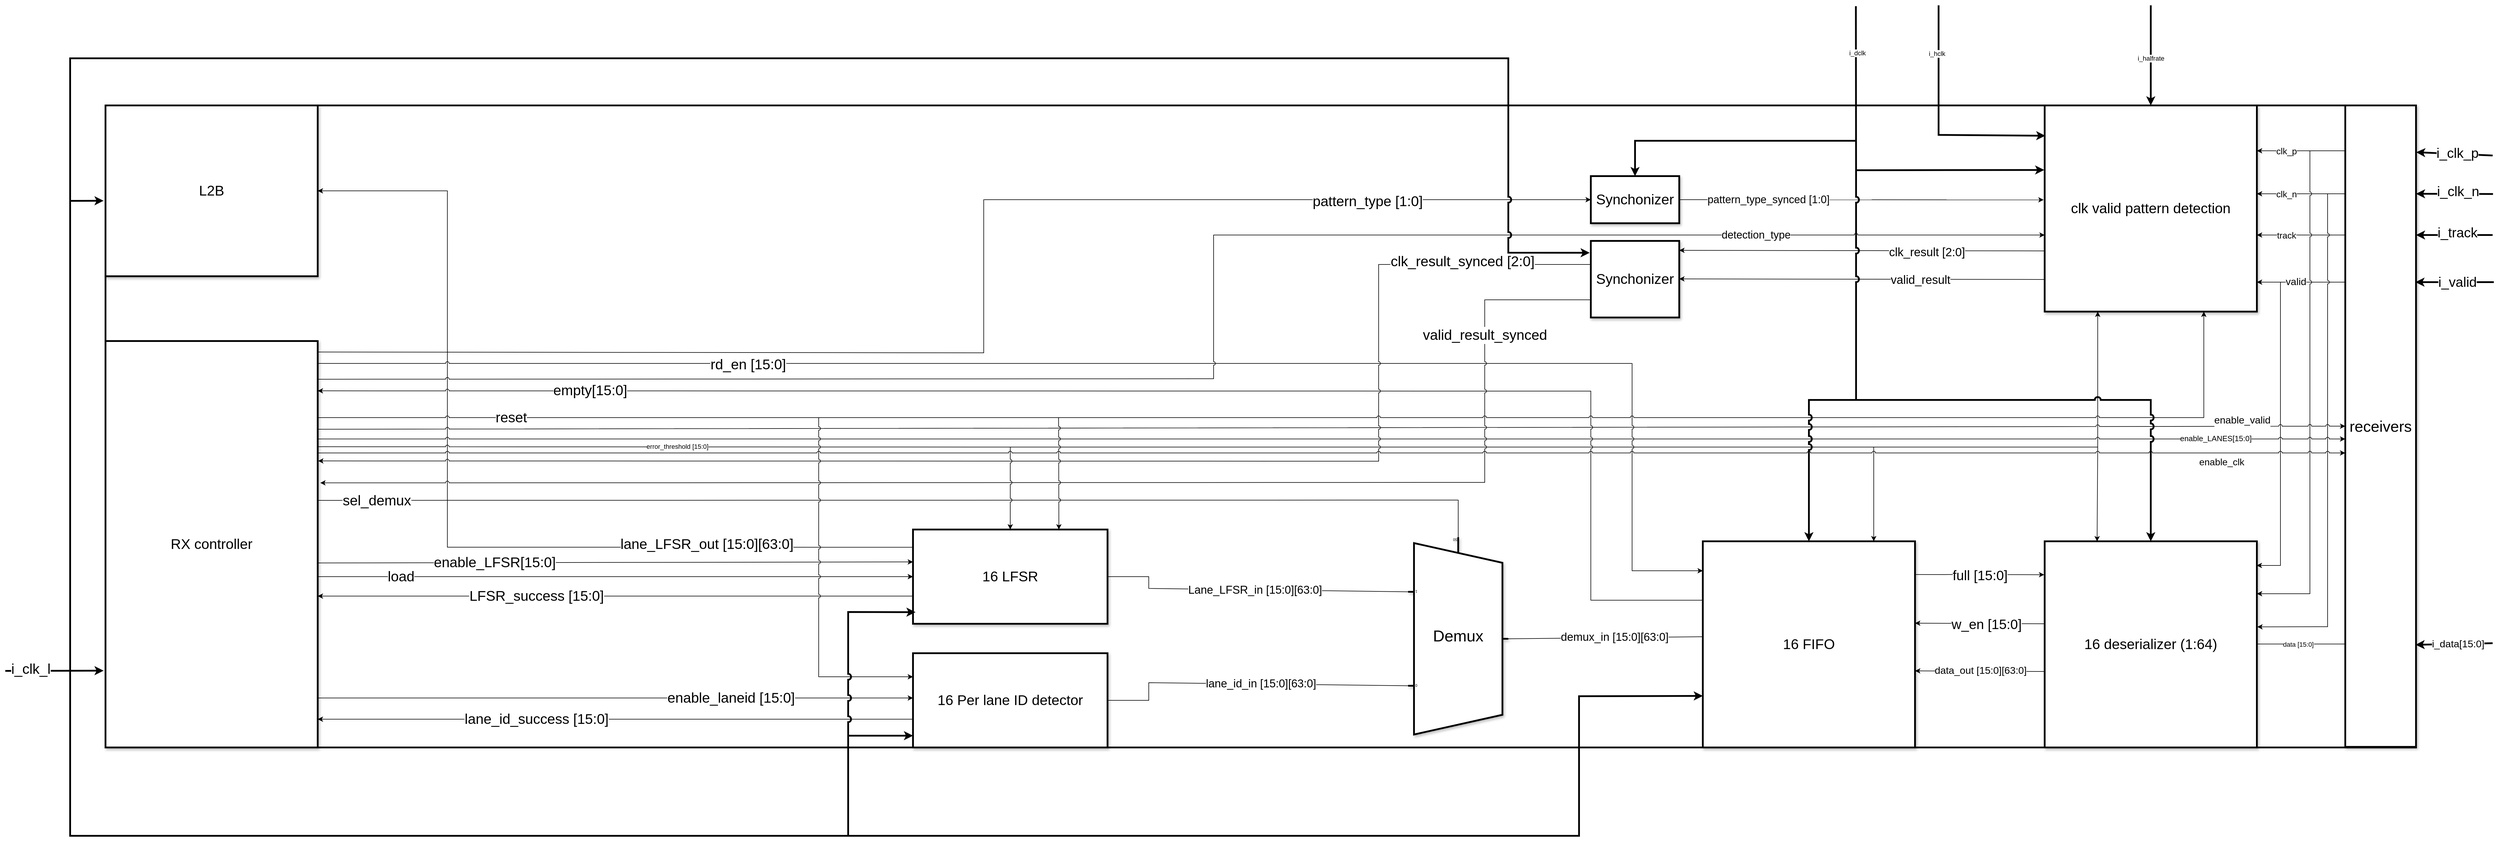
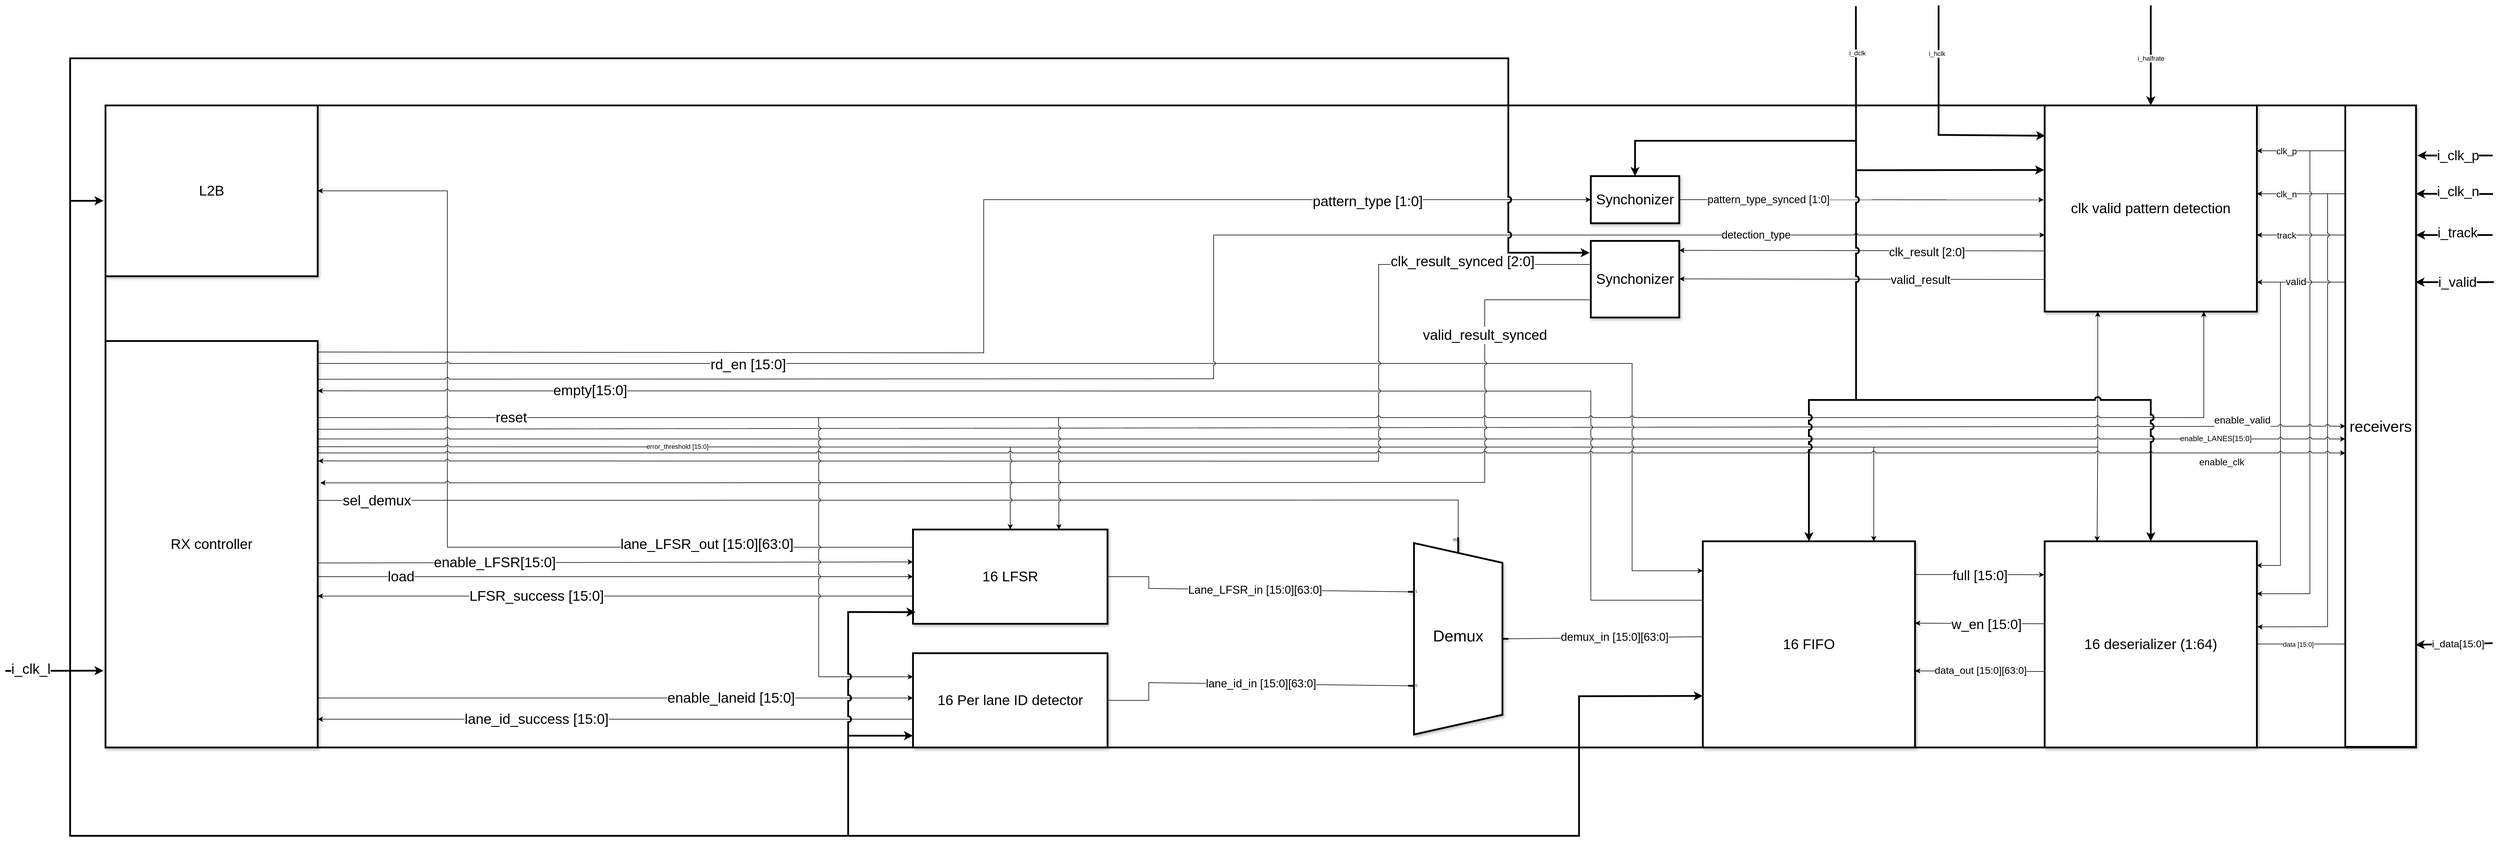
<mxfile host="65bd71144e">
    <diagram id="FaPvTgmFWtk525GHvMJ-" name="Page-1">
-         <mxGraphModel dx="5240" dy="3697" grid="1" gridSize="10" guides="1" tooltips="1" connect="1" arrows="1" fold="1" page="1" pageScale="1" pageWidth="850" pageHeight="1100" math="0" shadow="0">
+         <mxGraphModel dx="1976" dy="1302" grid="1" gridSize="10" guides="1" tooltips="1" connect="1" arrows="1" fold="1" page="1" pageScale="1" pageWidth="850" pageHeight="1100" math="0" shadow="0">
            <root>
                <mxCell id="0"/>
                <mxCell id="1" parent="0"/>
                <mxCell id="2" value="" style="rounded=0;whiteSpace=wrap;html=1;strokeWidth=3;" parent="1" vertex="1">
                    <mxGeometry x="-1500" width="3920" height="1090" as="geometry"/>
                </mxCell>
                <mxCell id="3" value="&lt;font style=&quot;font-size: 26px;&quot;&gt;receivers&lt;/font&gt;" style="rounded=0;whiteSpace=wrap;html=1;strokeWidth=3;shadow=1;" parent="1" vertex="1">
                    <mxGeometry x="2300" width="120" height="1089" as="geometry"/>
                </mxCell>
-                 <mxCell id="4" value="" style="endArrow=classic;html=1;strokeWidth=3;endFill=1;entryX=1.003;entryY=0.073;entryDx=0;entryDy=0;entryPerimeter=0;" parent="1" target="3" edge="1">
+                 <mxCell id="4" value="" style="endArrow=classic;html=1;strokeWidth=3;endFill=1;entryX=1.02;entryY=0.078;entryDx=0;entryDy=0;entryPerimeter=0;" parent="1" target="3" edge="1">
                    <mxGeometry width="50" height="50" relative="1" as="geometry">
                        <mxPoint x="2550" y="85" as="sourcePoint"/>
                        <mxPoint x="2010" y="400" as="targetPoint"/>
                    </mxGeometry>
                </mxCell>
                <mxCell id="5" value="&lt;font style=&quot;font-size: 23px;&quot;&gt;i_clk_p&lt;/font&gt;" style="edgeLabel;html=1;align=center;verticalAlign=middle;resizable=0;points=[];" parent="4" vertex="1" connectable="0">
                    <mxGeometry x="0.4869" y="-2" relative="1" as="geometry">
                        <mxPoint x="36" y="2" as="offset"/>
                    </mxGeometry>
                </mxCell>
                <mxCell id="6" value="" style="endArrow=classic;html=1;entryX=1.001;entryY=0.073;entryDx=0;entryDy=0;entryPerimeter=0;strokeWidth=3;" parent="1" edge="1">
                    <mxGeometry width="50" height="50" relative="1" as="geometry">
                        <mxPoint x="2550.64" y="150.43" as="sourcePoint"/>
                        <mxPoint x="2420" y="150" as="targetPoint"/>
                    </mxGeometry>
                </mxCell>
                <mxCell id="7" value="&lt;font style=&quot;font-size: 23px;&quot;&gt;i_clk_n&lt;/font&gt;" style="edgeLabel;html=1;align=center;verticalAlign=middle;resizable=0;points=[];" parent="6" vertex="1" connectable="0">
                    <mxGeometry x="0.4869" y="-2" relative="1" as="geometry">
                        <mxPoint x="37" y="-2" as="offset"/>
                    </mxGeometry>
                </mxCell>
                <mxCell id="8" value="" style="endArrow=classic;html=1;exitX=1.003;exitY=0.073;exitDx=0;exitDy=0;exitPerimeter=0;strokeWidth=3;" parent="1" edge="1">
                    <mxGeometry width="50" height="50" relative="1" as="geometry">
                        <mxPoint x="2550" y="220" as="sourcePoint"/>
                        <mxPoint x="2420" y="220" as="targetPoint"/>
                    </mxGeometry>
                </mxCell>
                <mxCell id="9" value="&lt;font style=&quot;font-size: 23px;&quot;&gt;i_track&lt;/font&gt;" style="edgeLabel;html=1;align=center;verticalAlign=middle;resizable=0;points=[];" parent="8" vertex="1" connectable="0">
                    <mxGeometry x="0.4869" y="-2" relative="1" as="geometry">
                        <mxPoint x="36" y="-2" as="offset"/>
                    </mxGeometry>
                </mxCell>
                <mxCell id="10" value="" style="endArrow=classic;html=1;entryX=1.001;entryY=0.073;entryDx=0;entryDy=0;entryPerimeter=0;exitX=0.994;exitY=0.852;exitDx=0;exitDy=0;exitPerimeter=0;strokeWidth=3;" parent="1" edge="1">
                    <mxGeometry width="50" height="50" relative="1" as="geometry">
                        <mxPoint x="2550" y="913" as="sourcePoint"/>
                        <mxPoint x="2419.2799999999997" y="915.6800000000003" as="targetPoint"/>
                    </mxGeometry>
                </mxCell>
                <mxCell id="11" value="&lt;font style=&quot;font-size: 17px;&quot;&gt;i_data[15:0]&lt;/font&gt;" style="edgeLabel;html=1;align=center;verticalAlign=middle;resizable=0;points=[];" parent="10" vertex="1" connectable="0">
                    <mxGeometry x="0.4869" y="-2" relative="1" as="geometry">
                        <mxPoint x="38" y="2" as="offset"/>
                    </mxGeometry>
                </mxCell>
                <mxCell id="12" value="&lt;font style=&quot;font-size: 24px;&quot;&gt;clk valid pattern detection&lt;/font&gt;" style="rounded=0;whiteSpace=wrap;html=1;strokeWidth=3;fillColor=#FFFFFF;shadow=1;" parent="1" vertex="1">
                    <mxGeometry x="1790" width="360" height="350" as="geometry"/>
                </mxCell>
                <mxCell id="13" value="" style="endArrow=classic;html=1;entryX=1.001;entryY=0.073;entryDx=0;entryDy=0;entryPerimeter=0;exitX=1.003;exitY=0.073;exitDx=0;exitDy=0;exitPerimeter=0;strokeWidth=3;" parent="1" edge="1">
                    <mxGeometry width="50" height="50" relative="1" as="geometry">
                        <mxPoint x="2552" y="300" as="sourcePoint"/>
                        <mxPoint x="2419" y="300" as="targetPoint"/>
                    </mxGeometry>
                </mxCell>
                <mxCell id="14" value="&lt;font style=&quot;font-size: 23px;&quot;&gt;i_valid&lt;/font&gt;" style="edgeLabel;html=1;align=center;verticalAlign=middle;resizable=0;points=[];" parent="13" vertex="1" connectable="0">
                    <mxGeometry x="0.4869" y="-2" relative="1" as="geometry">
                        <mxPoint x="37" y="2" as="offset"/>
                    </mxGeometry>
                </mxCell>
                <mxCell id="15" value="" style="endArrow=classic;html=1;entryX=1;entryY=1;entryDx=0;entryDy=0;exitX=0;exitY=1;exitDx=0;exitDy=0;rounded=0;strokeColor=default;strokeWidth=1;align=center;verticalAlign=middle;fontFamily=Helvetica;fontSize=11;fontColor=default;labelBackgroundColor=default;curved=0;" parent="1" edge="1">
                    <mxGeometry width="50" height="50" relative="1" as="geometry">
                        <mxPoint x="2300" y="77" as="sourcePoint"/>
                        <mxPoint x="2150" y="77" as="targetPoint"/>
                    </mxGeometry>
                </mxCell>
                <mxCell id="16" value="&lt;font style=&quot;font-size: 15px;&quot;&gt;clk_p&lt;/font&gt;" style="edgeLabel;html=1;align=center;verticalAlign=middle;resizable=0;points=[];rounded=0;strokeColor=default;strokeWidth=3;fontFamily=Helvetica;fontSize=11;fontColor=default;labelBackgroundColor=default;" parent="15" vertex="1" connectable="0">
                    <mxGeometry x="-0.4867" relative="1" as="geometry">
                        <mxPoint x="-62" as="offset"/>
                    </mxGeometry>
                </mxCell>
                <mxCell id="17" value="" style="endArrow=classic;html=1;entryX=1;entryY=1;entryDx=0;entryDy=0;exitX=0;exitY=1;exitDx=0;exitDy=0;rounded=0;strokeColor=default;strokeWidth=1;align=center;verticalAlign=middle;fontFamily=Helvetica;fontSize=11;fontColor=default;labelBackgroundColor=default;curved=0;" parent="1" edge="1">
                    <mxGeometry width="50" height="50" relative="1" as="geometry">
                        <mxPoint x="2300" y="150" as="sourcePoint"/>
                        <mxPoint x="2150" y="150" as="targetPoint"/>
                    </mxGeometry>
                </mxCell>
                <mxCell id="18" value="&lt;font style=&quot;font-size: 15px;&quot;&gt;clk_n&lt;/font&gt;" style="edgeLabel;html=1;align=center;verticalAlign=middle;resizable=0;points=[];rounded=0;strokeColor=default;strokeWidth=3;fontFamily=Helvetica;fontSize=11;fontColor=default;labelBackgroundColor=default;" parent="17" vertex="1" connectable="0">
                    <mxGeometry x="-0.4867" relative="1" as="geometry">
                        <mxPoint x="-62" as="offset"/>
                    </mxGeometry>
                </mxCell>
                <mxCell id="19" value="" style="endArrow=classic;html=1;entryX=1;entryY=1;entryDx=0;entryDy=0;exitX=0;exitY=1;exitDx=0;exitDy=0;rounded=0;strokeColor=default;strokeWidth=1;align=center;verticalAlign=middle;fontFamily=Helvetica;fontSize=11;fontColor=default;labelBackgroundColor=default;curved=0;" parent="1" edge="1">
                    <mxGeometry width="50" height="50" relative="1" as="geometry">
                        <mxPoint x="2300" y="220" as="sourcePoint"/>
                        <mxPoint x="2150" y="220" as="targetPoint"/>
                    </mxGeometry>
                </mxCell>
                <mxCell id="20" value="&lt;font style=&quot;font-size: 15px;&quot;&gt;track&lt;/font&gt;" style="edgeLabel;html=1;align=center;verticalAlign=middle;resizable=0;points=[];rounded=0;strokeColor=default;strokeWidth=3;fontFamily=Helvetica;fontSize=11;fontColor=default;labelBackgroundColor=default;" parent="19" vertex="1" connectable="0">
                    <mxGeometry x="-0.4867" relative="1" as="geometry">
                        <mxPoint x="-62" as="offset"/>
                    </mxGeometry>
                </mxCell>
                <mxCell id="21" value="" style="endArrow=classic;html=1;entryX=1;entryY=1;entryDx=0;entryDy=0;exitX=0;exitY=1;exitDx=0;exitDy=0;rounded=0;strokeColor=default;strokeWidth=1;align=center;verticalAlign=middle;fontFamily=Helvetica;fontSize=11;fontColor=default;labelBackgroundColor=default;curved=0;" parent="1" edge="1">
                    <mxGeometry width="50" height="50" relative="1" as="geometry">
                        <mxPoint x="2300" y="300" as="sourcePoint"/>
                        <mxPoint x="2150" y="300" as="targetPoint"/>
                    </mxGeometry>
                </mxCell>
                <mxCell id="22" value="&lt;font style=&quot;font-size: 17px;&quot;&gt;valid&lt;/font&gt;" style="edgeLabel;html=1;align=center;verticalAlign=middle;resizable=0;points=[];rounded=0;strokeColor=default;strokeWidth=3;fontFamily=Helvetica;fontSize=11;fontColor=default;labelBackgroundColor=default;" parent="21" vertex="1" connectable="0">
                    <mxGeometry x="-0.4867" relative="1" as="geometry">
                        <mxPoint x="-46" as="offset"/>
                    </mxGeometry>
                </mxCell>
                <mxCell id="23" value="&lt;font style=&quot;font-size: 24px;&quot;&gt;16 deserializer (1:64)&lt;/font&gt;" style="rounded=0;whiteSpace=wrap;html=1;strokeWidth=3;fillColor=#FFFFFF;shadow=1;" parent="1" vertex="1">
                    <mxGeometry x="1790" y="740" width="360" height="350" as="geometry"/>
                </mxCell>
                <mxCell id="24" value="" style="endArrow=none;html=1;entryX=1;entryY=1;entryDx=0;entryDy=0;exitX=0;exitY=1;exitDx=0;exitDy=0;" parent="1" edge="1">
                    <mxGeometry width="50" height="50" relative="1" as="geometry">
                        <mxPoint x="2150" y="914.41" as="sourcePoint"/>
                        <mxPoint x="2300" y="914.41" as="targetPoint"/>
                    </mxGeometry>
                </mxCell>
                <mxCell id="25" value="data [15:0]" style="edgeLabel;html=1;align=center;verticalAlign=middle;resizable=0;points=[];" parent="24" vertex="1" connectable="0">
                    <mxGeometry x="-0.4867" relative="1" as="geometry">
                        <mxPoint x="31" as="offset"/>
                    </mxGeometry>
                </mxCell>
                <mxCell id="27" value="&lt;font style=&quot;font-size: 24px;&quot;&gt;16 LFSR&lt;/font&gt;" style="rounded=0;whiteSpace=wrap;html=1;strokeWidth=3;fillColor=#FFFFFF;shadow=1;" parent="1" vertex="1">
                    <mxGeometry x="-130" y="720" width="330" height="160" as="geometry"/>
                </mxCell>
                <mxCell id="28" value="&lt;font style=&quot;font-size: 24px;&quot;&gt;16 Per lane ID detector&lt;/font&gt;" style="rounded=0;whiteSpace=wrap;html=1;strokeWidth=3;fillColor=#FFFFFF;shadow=1;" parent="1" vertex="1">
                    <mxGeometry x="-130" y="930" width="330" height="160" as="geometry"/>
                </mxCell>
                <mxCell id="29" value="&lt;font style=&quot;font-size: 24px;&quot;&gt;L2B&lt;/font&gt;" style="rounded=0;whiteSpace=wrap;html=1;strokeWidth=3;fillColor=#FFFFFF;shadow=1;" parent="1" vertex="1">
                    <mxGeometry x="-1500" width="360" height="290" as="geometry"/>
                </mxCell>
                <mxCell id="30" value="&lt;font style=&quot;font-size: 24px;&quot;&gt;RX controller&lt;/font&gt;" style="rounded=0;whiteSpace=wrap;html=1;strokeWidth=3;fillColor=#FFFFFF;shadow=1;" parent="1" vertex="1">
                    <mxGeometry x="-1500" y="400" width="360" height="690" as="geometry"/>
                </mxCell>
                <mxCell id="31" value="&lt;font style=&quot;font-size: 24px;&quot;&gt;16 FIFO&lt;/font&gt;" style="rounded=0;whiteSpace=wrap;html=1;strokeWidth=3;fillColor=#FFFFFF;shadow=1;" parent="1" vertex="1">
                    <mxGeometry x="1210" y="740" width="360" height="350" as="geometry"/>
                </mxCell>
                <mxCell id="32" value="&lt;font style=&quot;font-size: 24px;&quot;&gt;Synchonizer&lt;/font&gt;" style="rounded=0;whiteSpace=wrap;html=1;strokeWidth=3;fillColor=#FFFFFF;shadow=1;" parent="1" vertex="1">
                    <mxGeometry x="1020" y="120" width="150" height="80" as="geometry"/>
                </mxCell>
                <mxCell id="34" value="&lt;font style=&quot;font-size: 24px;&quot;&gt;Synchonizer&lt;/font&gt;" style="rounded=0;whiteSpace=wrap;html=1;strokeWidth=3;fillColor=#FFFFFF;shadow=1;" parent="1" vertex="1">
                    <mxGeometry x="1020" y="230" width="150" height="130" as="geometry"/>
                </mxCell>
                <mxCell id="35" value="&lt;font style=&quot;font-size: 27px;&quot;&gt;Demux&lt;/font&gt;" style="shadow=1;dashed=0;align=center;html=1;strokeWidth=3;shape=mxgraph.electrical.abstract.mux2;operation=demux;whiteSpace=wrap;flipH=1;flipV=1;" parent="1" vertex="1">
                    <mxGeometry x="710" y="733" width="170" height="335" as="geometry"/>
                </mxCell>
                <mxCell id="37" value="" style="endArrow=classic;html=1;entryX=0;entryY=1;entryDx=0;entryDy=0;" parent="1" edge="1">
                    <mxGeometry width="50" height="50" relative="1" as="geometry">
                        <mxPoint x="1790" y="247" as="sourcePoint"/>
                        <mxPoint x="1170" y="246" as="targetPoint"/>
                    </mxGeometry>
                </mxCell>
                <mxCell id="40" value="&lt;font style=&quot;font-size: 20px;&quot;&gt;clk_result [2:0]&lt;/font&gt;" style="edgeLabel;html=1;align=center;verticalAlign=middle;resizable=0;points=[];" parent="37" vertex="1" connectable="0">
                    <mxGeometry x="-0.2189" y="1" relative="1" as="geometry">
                        <mxPoint x="42" as="offset"/>
                    </mxGeometry>
                </mxCell>
                <mxCell id="39" value="" style="endArrow=classic;html=1;entryX=0;entryY=1;entryDx=0;entryDy=0;" parent="1" edge="1">
                    <mxGeometry width="50" height="50" relative="1" as="geometry">
                        <mxPoint x="1790" y="295.5" as="sourcePoint"/>
                        <mxPoint x="1170" y="294.5" as="targetPoint"/>
                    </mxGeometry>
                </mxCell>
                <mxCell id="41" value="&lt;font style=&quot;font-size: 20px;&quot;&gt;valid_result&lt;/font&gt;" style="edgeLabel;html=1;align=center;verticalAlign=middle;resizable=0;points=[];" parent="39" vertex="1" connectable="0">
                    <mxGeometry x="-0.2097" y="1" relative="1" as="geometry">
                        <mxPoint x="34" y="-1" as="offset"/>
                    </mxGeometry>
                </mxCell>
                <mxCell id="42" value="" style="endArrow=classic;html=1;entryX=0.003;entryY=0.147;entryDx=0;entryDy=0;entryPerimeter=0;exitX=0;exitY=0;exitDx=0;exitDy=0;rounded=0;curved=0;strokeWidth=3;" parent="1" target="12" edge="1">
                    <mxGeometry width="50" height="50" relative="1" as="geometry">
                        <mxPoint x="1610" y="-170" as="sourcePoint"/>
                        <mxPoint x="1710" y="160" as="targetPoint"/>
                        <Array as="points">
                            <mxPoint x="1610" y="50"/>
                        </Array>
                    </mxGeometry>
                </mxCell>
                <mxCell id="44" value="i_hclk" style="edgeLabel;html=1;align=center;verticalAlign=middle;resizable=0;points=[];" parent="42" vertex="1" connectable="0">
                    <mxGeometry x="-0.5939" y="-3" relative="1" as="geometry">
                        <mxPoint as="offset"/>
                    </mxGeometry>
                </mxCell>
                <mxCell id="45" value="" style="endArrow=classic;html=1;entryX=-0.002;entryY=0.313;entryDx=0;entryDy=0;entryPerimeter=0;exitX=0.747;exitY=0.001;exitDx=0;exitDy=0;exitPerimeter=0;rounded=0;strokeColor=default;strokeWidth=3;align=center;verticalAlign=middle;fontFamily=Helvetica;fontSize=11;fontColor=default;labelBackgroundColor=default;curved=0;" parent="1" target="12" edge="1">
                    <mxGeometry width="50" height="50" relative="1" as="geometry">
                        <mxPoint x="1469.6899999999996" y="-168.55000000000018" as="sourcePoint"/>
                        <mxPoint x="1789.9999999999998" y="108.09999999999991" as="targetPoint"/>
                        <Array as="points">
                            <mxPoint x="1470" y="110"/>
                        </Array>
                    </mxGeometry>
                </mxCell>
                <mxCell id="46" value="i_dclk" style="edgeLabel;html=1;align=center;verticalAlign=middle;resizable=0;points=[];" parent="45" vertex="1" connectable="0">
                    <mxGeometry x="-0.7349" y="2" relative="1" as="geometry">
                        <mxPoint as="offset"/>
                    </mxGeometry>
                </mxCell>
                <mxCell id="48" value="" style="endArrow=classic;html=1;entryX=-0.005;entryY=0.458;entryDx=0;entryDy=0;entryPerimeter=0;exitX=1;exitY=0.5;exitDx=0;exitDy=0;" parent="1" source="32" target="12" edge="1">
                    <mxGeometry width="50" height="50" relative="1" as="geometry">
                        <mxPoint x="1290" y="200" as="sourcePoint"/>
                        <mxPoint x="1340" y="150" as="targetPoint"/>
                    </mxGeometry>
                </mxCell>
                <mxCell id="50" value="&lt;font style=&quot;font-size: 18px;&quot;&gt;pattern_type_synced [1:0]&lt;/font&gt;" style="edgeLabel;html=1;align=center;verticalAlign=middle;resizable=0;points=[];" parent="48" vertex="1" connectable="0">
                    <mxGeometry x="-0.6031" y="1" relative="1" as="geometry">
                        <mxPoint x="28" y="1" as="offset"/>
                    </mxGeometry>
                </mxCell>
                <mxCell id="51" value="" style="endArrow=classic;html=1;entryX=0.5;entryY=0;entryDx=0;entryDy=0;rounded=0;strokeColor=default;strokeWidth=3;align=center;verticalAlign=middle;fontFamily=Helvetica;fontSize=11;fontColor=default;labelBackgroundColor=default;curved=0;" parent="1" target="32" edge="1">
                    <mxGeometry width="50" height="50" relative="1" as="geometry">
                        <mxPoint x="1470" y="60" as="sourcePoint"/>
                        <mxPoint x="1380" y="20" as="targetPoint"/>
                        <Array as="points">
                            <mxPoint x="1095" y="60"/>
                        </Array>
                    </mxGeometry>
                </mxCell>
                <mxCell id="56" value="" style="endArrow=classic;html=1;entryX=0;entryY=0;entryDx=0;entryDy=0;rounded=0;curved=0;jumpStyle=arc;" parent="1" edge="1">
                    <mxGeometry width="50" height="50" relative="1" as="geometry">
                        <mxPoint x="2240" y="77" as="sourcePoint"/>
                        <mxPoint x="2150" y="829" as="targetPoint"/>
                        <Array as="points">
                            <mxPoint x="2240" y="829"/>
                        </Array>
                    </mxGeometry>
                </mxCell>
                <mxCell id="59" value="" style="endArrow=classic;html=1;entryX=1.002;entryY=0.415;entryDx=0;entryDy=0;entryPerimeter=0;rounded=0;curved=0;jumpStyle=arc;" parent="1" target="23" edge="1">
                    <mxGeometry width="50" height="50" relative="1" as="geometry">
                        <mxPoint x="2270" y="150" as="sourcePoint"/>
                        <mxPoint x="2300" y="230" as="targetPoint"/>
                        <Array as="points">
                            <mxPoint x="2270" y="885"/>
                        </Array>
                    </mxGeometry>
                </mxCell>
                <mxCell id="62" value="" style="endArrow=classic;html=1;entryX=0.999;entryY=0.117;entryDx=0;entryDy=0;entryPerimeter=0;rounded=0;curved=0;" parent="1" target="23" edge="1">
                    <mxGeometry width="50" height="50" relative="1" as="geometry">
                        <mxPoint x="2190" y="300" as="sourcePoint"/>
                        <mxPoint x="2190" y="640" as="targetPoint"/>
                        <Array as="points">
                            <mxPoint x="2190" y="781"/>
                        </Array>
                    </mxGeometry>
                </mxCell>
                <mxCell id="64" value="" style="endArrow=classic;html=1;entryX=-0.002;entryY=0.162;entryDx=0;entryDy=0;entryPerimeter=0;exitX=0.996;exitY=0.161;exitDx=0;exitDy=0;exitPerimeter=0;" parent="1" source="31" target="23" edge="1">
                    <mxGeometry width="50" height="50" relative="1" as="geometry">
                        <mxPoint x="1560" y="800" as="sourcePoint"/>
                        <mxPoint x="1610" y="750" as="targetPoint"/>
                    </mxGeometry>
                </mxCell>
                <mxCell id="66" value="&lt;font style=&quot;font-size: 23px;&quot;&gt;full [15:0]&lt;/font&gt;" style="edgeLabel;html=1;align=center;verticalAlign=middle;resizable=0;points=[];" parent="64" vertex="1" connectable="0">
                    <mxGeometry x="0.1066" y="-1" relative="1" as="geometry">
                        <mxPoint x="-11" as="offset"/>
                    </mxGeometry>
                </mxCell>
                <mxCell id="68" value="" style="endArrow=classic;html=1;entryX=-0.002;entryY=0.162;entryDx=0;entryDy=0;entryPerimeter=0;exitX=0.996;exitY=0.161;exitDx=0;exitDy=0;exitPerimeter=0;" parent="1" edge="1">
                    <mxGeometry width="50" height="50" relative="1" as="geometry">
                        <mxPoint x="1790" y="880" as="sourcePoint"/>
                        <mxPoint x="1570" y="879" as="targetPoint"/>
                    </mxGeometry>
                </mxCell>
                <mxCell id="69" value="&lt;font style=&quot;font-size: 23px;&quot;&gt;w_en [15:0]&lt;/font&gt;" style="edgeLabel;html=1;align=center;verticalAlign=middle;resizable=0;points=[];" parent="68" vertex="1" connectable="0">
                    <mxGeometry x="0.1066" y="-1" relative="1" as="geometry">
                        <mxPoint x="22" y="2" as="offset"/>
                    </mxGeometry>
                </mxCell>
                <mxCell id="71" value="" style="endArrow=classic;html=1;entryX=-0.002;entryY=0.162;entryDx=0;entryDy=0;entryPerimeter=0;exitX=0.996;exitY=0.161;exitDx=0;exitDy=0;exitPerimeter=0;" parent="1" edge="1">
                    <mxGeometry width="50" height="50" relative="1" as="geometry">
                        <mxPoint x="1790" y="961" as="sourcePoint"/>
                        <mxPoint x="1570" y="960" as="targetPoint"/>
                    </mxGeometry>
                </mxCell>
                <mxCell id="72" value="&lt;font style=&quot;font-size: 17px;&quot;&gt;data_out [15:0][63:0]&lt;/font&gt;" style="edgeLabel;html=1;align=center;verticalAlign=middle;resizable=0;points=[];" parent="71" vertex="1" connectable="0">
                    <mxGeometry x="0.1066" y="-1" relative="1" as="geometry">
                        <mxPoint x="12" as="offset"/>
                    </mxGeometry>
                </mxCell>
                <mxCell id="73" value="" style="endArrow=none;html=1;exitX=0;exitY=0.48507462686567165;exitDx=0;exitDy=0;exitPerimeter=0;entryX=1;entryY=1;entryDx=0;entryDy=0;" parent="1" source="35" edge="1">
                    <mxGeometry width="50" height="50" relative="1" as="geometry">
                        <mxPoint x="1030" y="820" as="sourcePoint"/>
                        <mxPoint x="1210.0000000000005" y="902" as="targetPoint"/>
                    </mxGeometry>
                </mxCell>
                <mxCell id="75" value="&lt;font style=&quot;font-size: 19px;&quot;&gt;demux_in [15:0][63:0]&lt;/font&gt;" style="edgeLabel;html=1;align=center;verticalAlign=middle;resizable=0;points=[];" parent="73" vertex="1" connectable="0">
                    <mxGeometry x="0.1576" y="1" relative="1" as="geometry">
                        <mxPoint x="-11" as="offset"/>
                    </mxGeometry>
                </mxCell>
                <mxCell id="76" value="" style="endArrow=classic;html=1;entryX=0.5;entryY=0;entryDx=0;entryDy=0;rounded=0;strokeColor=default;strokeWidth=3;align=center;verticalAlign=middle;fontFamily=Helvetica;fontSize=11;fontColor=default;labelBackgroundColor=default;curved=0;" parent="1" target="12" edge="1">
                    <mxGeometry width="50" height="50" relative="1" as="geometry">
                        <mxPoint x="1970" y="-170" as="sourcePoint"/>
                        <mxPoint x="1930" y="-140" as="targetPoint"/>
                    </mxGeometry>
                </mxCell>
                <mxCell id="78" value="i_halfrate" style="edgeLabel;html=1;align=center;verticalAlign=middle;resizable=0;points=[];" parent="76" vertex="1" connectable="0">
                    <mxGeometry x="-0.333" y="2" relative="1" as="geometry">
                        <mxPoint x="-2" y="33" as="offset"/>
                    </mxGeometry>
                </mxCell>
                <mxCell id="79" value="" style="endArrow=none;html=1;exitX=1;exitY=0.5;exitDx=0;exitDy=0;entryX=1;entryY=0.7141791044776119;entryDx=0;entryDy=3;entryPerimeter=0;rounded=0;curved=0;" parent="1" source="27" target="35" edge="1">
                    <mxGeometry width="50" height="50" relative="1" as="geometry">
                        <mxPoint x="520" y="670" as="sourcePoint"/>
                        <mxPoint x="570" y="620" as="targetPoint"/>
                        <Array as="points">
                            <mxPoint x="270" y="800"/>
                            <mxPoint x="270" y="820"/>
                        </Array>
                    </mxGeometry>
                </mxCell>
                <mxCell id="80" value="&lt;font style=&quot;font-size: 19px;&quot;&gt;Lane_LFSR_in [15:0][63:0]&lt;/font&gt;" style="edgeLabel;html=1;align=center;verticalAlign=middle;resizable=0;points=[];" parent="79" vertex="1" connectable="0">
                    <mxGeometry x="-0.1619" y="-1" relative="1" as="geometry">
                        <mxPoint x="48" as="offset"/>
                    </mxGeometry>
                </mxCell>
                <mxCell id="81" value="" style="endArrow=none;html=1;entryX=1;entryY=0.2380597014925373;entryDx=0;entryDy=3;entryPerimeter=0;exitX=1;exitY=0.5;exitDx=0;exitDy=0;rounded=0;curved=0;" parent="1" source="28" target="35" edge="1">
                    <mxGeometry width="50" height="50" relative="1" as="geometry">
                        <mxPoint x="400" y="950" as="sourcePoint"/>
                        <mxPoint x="450" y="900" as="targetPoint"/>
                        <Array as="points">
                            <mxPoint x="270" y="1010"/>
                            <mxPoint x="270" y="980"/>
                        </Array>
                    </mxGeometry>
                </mxCell>
                <mxCell id="82" value="&lt;font style=&quot;font-size: 19px;&quot;&gt;lane_id_in [15:0][63:0]&lt;/font&gt;" style="edgeLabel;html=1;align=center;verticalAlign=middle;resizable=0;points=[];" parent="81" vertex="1" connectable="0">
                    <mxGeometry x="-0.1365" relative="1" as="geometry">
                        <mxPoint x="57" as="offset"/>
                    </mxGeometry>
                </mxCell>
-                 <mxCell id="83" value="" style="endArrow=classic;html=1;entryX=0;entryY=0;entryDx=0;entryDy=0;exitX=0;exitY=0.5;exitDx=0;exitDy=0;" edge="1" parent="1">
+                 <mxCell id="83" value="" style="endArrow=classic;html=1;entryX=0;entryY=0;entryDx=0;entryDy=0;exitX=0;exitY=0.5;exitDx=0;exitDy=0;" parent="1" edge="1">
                    <mxGeometry width="50" height="50" relative="1" as="geometry">
                        <mxPoint x="-130.00000000000045" y="833" as="sourcePoint"/>
                        <mxPoint x="-1140.0000000000023" y="833" as="targetPoint"/>
                    </mxGeometry>
                </mxCell>
-                 <mxCell id="85" value="&lt;font style=&quot;font-size: 24px;&quot;&gt;LFSR_success [15:0]&lt;/font&gt;" style="edgeLabel;html=1;align=center;verticalAlign=middle;resizable=0;points=[];" vertex="1" connectable="0" parent="83">
+                 <mxCell id="85" value="&lt;font style=&quot;font-size: 24px;&quot;&gt;LFSR_success [15:0]&lt;/font&gt;" style="edgeLabel;html=1;align=center;verticalAlign=middle;resizable=0;points=[];" parent="83" vertex="1" connectable="0">
                    <mxGeometry x="0.4905" y="-2" relative="1" as="geometry">
                        <mxPoint x="113" y="2" as="offset"/>
                    </mxGeometry>
                </mxCell>
-                 <mxCell id="86" value="" style="endArrow=classic;html=1;entryX=0;entryY=0;entryDx=0;entryDy=0;exitX=0;exitY=0.5;exitDx=0;exitDy=0;" edge="1" parent="1">
+                 <mxCell id="86" value="" style="endArrow=classic;html=1;entryX=0;entryY=0;entryDx=0;entryDy=0;exitX=0;exitY=0.5;exitDx=0;exitDy=0;" parent="1" edge="1">
                    <mxGeometry width="50" height="50" relative="1" as="geometry">
                        <mxPoint x="-130" y="1042" as="sourcePoint"/>
                        <mxPoint x="-1140.0000000000023" y="1042" as="targetPoint"/>
                    </mxGeometry>
                </mxCell>
-                 <mxCell id="87" value="&lt;font style=&quot;font-size: 24px;&quot;&gt;lane_id_success [15:0]&lt;/font&gt;" style="edgeLabel;html=1;align=center;verticalAlign=middle;resizable=0;points=[];" vertex="1" connectable="0" parent="86">
+                 <mxCell id="87" value="&lt;font style=&quot;font-size: 24px;&quot;&gt;lane_id_success [15:0]&lt;/font&gt;" style="edgeLabel;html=1;align=center;verticalAlign=middle;resizable=0;points=[];" parent="86" vertex="1" connectable="0">
                    <mxGeometry x="0.4905" y="-2" relative="1" as="geometry">
                        <mxPoint x="113" y="2" as="offset"/>
                    </mxGeometry>
                </mxCell>
-                 <mxCell id="88" value="" style="endArrow=classic;html=1;entryX=1;entryY=0.5;entryDx=0;entryDy=0;exitX=-0.001;exitY=0.188;exitDx=0;exitDy=0;rounded=0;curved=0;exitPerimeter=0;" edge="1" parent="1" source="27" target="29">
+                 <mxCell id="88" value="" style="endArrow=classic;html=1;entryX=1;entryY=0.5;entryDx=0;entryDy=0;exitX=-0.001;exitY=0.188;exitDx=0;exitDy=0;rounded=0;curved=0;exitPerimeter=0;" parent="1" source="27" target="29" edge="1">
                    <mxGeometry width="50" height="50" relative="1" as="geometry">
                        <mxPoint x="-130.00000000000045" y="744.29" as="sourcePoint"/>
                        <mxPoint x="-1140.0000000000023" y="744.29" as="targetPoint"/>
                        <Array as="points">
                            <mxPoint x="-920" y="750"/>
                            <mxPoint x="-920" y="145"/>
                        </Array>
                    </mxGeometry>
                </mxCell>
-                 <mxCell id="89" value="&lt;font style=&quot;font-size: 24px;&quot;&gt;lane_LFSR_out [15:0][63:0]&lt;/font&gt;" style="edgeLabel;html=1;align=center;verticalAlign=middle;resizable=0;points=[];" vertex="1" connectable="0" parent="88">
+                 <mxCell id="89" value="&lt;font style=&quot;font-size: 24px;&quot;&gt;lane_LFSR_out [15:0][63:0]&lt;/font&gt;" style="edgeLabel;html=1;align=center;verticalAlign=middle;resizable=0;points=[];" parent="88" vertex="1" connectable="0">
                    <mxGeometry x="0.4905" y="-2" relative="1" as="geometry">
                        <mxPoint x="438" y="409" as="offset"/>
                    </mxGeometry>
                </mxCell>
-                 <mxCell id="91" value="" style="endArrow=none;html=1;entryX=0.4411764705882353;entryY=1;entryDx=10;entryDy=0;entryPerimeter=0;exitX=0.996;exitY=0.392;exitDx=0;exitDy=0;exitPerimeter=0;rounded=0;curved=0;" edge="1" parent="1" source="30" target="35">
+                 <mxCell id="91" value="" style="endArrow=none;html=1;entryX=0.4411764705882353;entryY=1;entryDx=10;entryDy=0;entryPerimeter=0;exitX=0.996;exitY=0.392;exitDx=0;exitDy=0;exitPerimeter=0;rounded=0;curved=0;" parent="1" source="30" target="35" edge="1">
                    <mxGeometry width="50" height="50" relative="1" as="geometry">
                        <mxPoint x="-470" y="570" as="sourcePoint"/>
                        <mxPoint x="-420" y="520" as="targetPoint"/>
                        <Array as="points">
                            <mxPoint x="795" y="670"/>
                        </Array>
                    </mxGeometry>
                </mxCell>
-                 <mxCell id="93" value="&lt;font style=&quot;font-size: 24px;&quot;&gt;sel_demux&lt;/font&gt;" style="edgeLabel;html=1;align=center;verticalAlign=middle;resizable=0;points=[];" vertex="1" connectable="0" parent="91">
+                 <mxCell id="93" value="&lt;font style=&quot;font-size: 24px;&quot;&gt;sel_demux&lt;/font&gt;" style="edgeLabel;html=1;align=center;verticalAlign=middle;resizable=0;points=[];" parent="91" vertex="1" connectable="0">
                    <mxGeometry x="-0.8939" y="5" relative="1" as="geometry">
                        <mxPoint x="-5" y="5" as="offset"/>
                    </mxGeometry>
                </mxCell>
-                 <mxCell id="94" value="" style="endArrow=classic;html=1;exitX=0;exitY=1;exitDx=0;exitDy=0;entryX=0;entryY=0.5;entryDx=0;entryDy=0;" edge="1" parent="1" target="27">
+                 <mxCell id="94" value="" style="endArrow=classic;html=1;exitX=0;exitY=1;exitDx=0;exitDy=0;entryX=0;entryY=0.5;entryDx=0;entryDy=0;" parent="1" target="27" edge="1">
                    <mxGeometry width="50" height="50" relative="1" as="geometry">
                        <mxPoint x="-1139.9999999999995" y="800" as="sourcePoint"/>
                        <mxPoint x="-570" y="470" as="targetPoint"/>
                    </mxGeometry>
                </mxCell>
-                 <mxCell id="96" value="&lt;font style=&quot;font-size: 24px;&quot;&gt;load&lt;/font&gt;" style="edgeLabel;html=1;align=center;verticalAlign=middle;resizable=0;points=[];" vertex="1" connectable="0" parent="94">
+                 <mxCell id="96" value="&lt;font style=&quot;font-size: 24px;&quot;&gt;load&lt;/font&gt;" style="edgeLabel;html=1;align=center;verticalAlign=middle;resizable=0;points=[];" parent="94" vertex="1" connectable="0">
                    <mxGeometry x="-0.6905" y="-4" relative="1" as="geometry">
                        <mxPoint x="-16" y="-4" as="offset"/>
                    </mxGeometry>
                </mxCell>
-                 <mxCell id="97" value="" style="endArrow=classic;html=1;entryX=1;entryY=1;entryDx=0;entryDy=0;exitX=1;exitY=0.546;exitDx=0;exitDy=0;exitPerimeter=0;" edge="1" parent="1" source="30">
+                 <mxCell id="97" value="" style="endArrow=classic;html=1;entryX=1;entryY=1;entryDx=0;entryDy=0;exitX=1;exitY=0.546;exitDx=0;exitDy=0;exitPerimeter=0;" parent="1" source="30" edge="1">
                    <mxGeometry width="50" height="50" relative="1" as="geometry">
                        <mxPoint x="-460" y="660" as="sourcePoint"/>
                        <mxPoint x="-130.00000000000045" y="775" as="targetPoint"/>
                    </mxGeometry>
                </mxCell>
-                 <mxCell id="99" value="&lt;font style=&quot;font-size: 24px;&quot;&gt;enable_LFSR[15:0]&lt;/font&gt;" style="edgeLabel;html=1;align=center;verticalAlign=middle;resizable=0;points=[];" vertex="1" connectable="0" parent="97">
+                 <mxCell id="99" value="&lt;font style=&quot;font-size: 24px;&quot;&gt;enable_LFSR[15:0]&lt;/font&gt;" style="edgeLabel;html=1;align=center;verticalAlign=middle;resizable=0;points=[];" parent="97" vertex="1" connectable="0">
                    <mxGeometry x="-0.6296" y="-3" relative="1" as="geometry">
                        <mxPoint x="113" y="-4" as="offset"/>
                    </mxGeometry>
                </mxCell>
-                 <mxCell id="100" value="" style="endArrow=classic;html=1;exitX=1.002;exitY=0.826;exitDx=0;exitDy=0;exitPerimeter=0;entryX=0;entryY=0.25;entryDx=0;entryDy=0;" edge="1" parent="1">
+                 <mxCell id="100" value="" style="endArrow=classic;html=1;exitX=1.002;exitY=0.826;exitDx=0;exitDy=0;exitPerimeter=0;entryX=0;entryY=0.25;entryDx=0;entryDy=0;" parent="1" edge="1">
                    <mxGeometry width="50" height="50" relative="1" as="geometry">
                        <mxPoint x="-1139.2800000000002" y="1005.9399999999996" as="sourcePoint"/>
                        <mxPoint x="-130" y="1006" as="targetPoint"/>
                    </mxGeometry>
                </mxCell>
-                 <mxCell id="102" value="&lt;font style=&quot;font-size: 24px;&quot;&gt;enable_laneid [15:0]&lt;/font&gt;" style="edgeLabel;html=1;align=center;verticalAlign=middle;resizable=0;points=[];" vertex="1" connectable="0" parent="100">
+                 <mxCell id="102" value="&lt;font style=&quot;font-size: 24px;&quot;&gt;enable_laneid [15:0]&lt;/font&gt;" style="edgeLabel;html=1;align=center;verticalAlign=middle;resizable=0;points=[];" parent="100" vertex="1" connectable="0">
                    <mxGeometry x="-0.4783" relative="1" as="geometry">
                        <mxPoint x="437" as="offset"/>
                    </mxGeometry>
                </mxCell>
-                 <mxCell id="106" value="" style="endArrow=classic;html=1;entryX=0.25;entryY=1;entryDx=0;entryDy=0;rounded=0;curved=0;jumpStyle=arc;" edge="1" parent="1" target="12">
+                 <mxCell id="106" value="" style="endArrow=classic;html=1;entryX=0.25;entryY=1;entryDx=0;entryDy=0;rounded=0;curved=0;jumpStyle=arc;" parent="1" target="12" edge="1">
                    <mxGeometry width="50" height="50" relative="1" as="geometry">
                        <mxPoint x="30" y="580" as="sourcePoint"/>
                        <mxPoint x="640" y="430" as="targetPoint"/>
                        <Array as="points">
                            <mxPoint x="1880" y="580"/>
                        </Array>
                    </mxGeometry>
                </mxCell>
-                 <mxCell id="115" value="" style="endArrow=classic;html=1;entryX=0;entryY=1;entryDx=0;entryDy=0;exitX=0;exitY=0;exitDx=0;exitDy=0;" edge="1" parent="1">
+                 <mxCell id="115" value="" style="endArrow=classic;html=1;entryX=0;entryY=1;entryDx=0;entryDy=0;exitX=0;exitY=0;exitDx=0;exitDy=0;" parent="1" edge="1">
                    <mxGeometry width="50" height="50" relative="1" as="geometry">
                        <mxPoint x="1500" y="580" as="sourcePoint"/>
                        <mxPoint x="1500" y="740" as="targetPoint"/>
                    </mxGeometry>
                </mxCell>
-                 <mxCell id="117" value="" style="endArrow=classic;html=1;entryX=0.247;entryY=-0.008;entryDx=0;entryDy=0;entryPerimeter=0;" edge="1" parent="1">
+                 <mxCell id="117" value="" style="endArrow=classic;html=1;entryX=0.247;entryY=-0.008;entryDx=0;entryDy=0;entryPerimeter=0;" parent="1" edge="1">
                    <mxGeometry width="50" height="50" relative="1" as="geometry">
                        <mxPoint x="1880" y="580" as="sourcePoint"/>
                        <mxPoint x="1878.92" y="740.1999999999998" as="targetPoint"/>
                    </mxGeometry>
                </mxCell>
-                 <mxCell id="138" value="" style="endArrow=classic;html=1;exitX=1;exitY=0.217;exitDx=0;exitDy=0;exitPerimeter=0;entryX=0;entryY=0.5;entryDx=0;entryDy=0;jumpStyle=arc;" edge="1" parent="1">
+                 <mxCell id="138" value="" style="endArrow=classic;html=1;exitX=1;exitY=0.217;exitDx=0;exitDy=0;exitPerimeter=0;entryX=0;entryY=0.5;entryDx=0;entryDy=0;jumpStyle=arc;" parent="1" edge="1">
                    <mxGeometry width="50" height="50" relative="1" as="geometry">
                        <mxPoint x="-1140" y="566.27" as="sourcePoint"/>
                        <mxPoint x="2300" y="566.27" as="targetPoint"/>
                    </mxGeometry>
                </mxCell>
-                 <mxCell id="137" value="" style="endArrow=classic;html=1;exitX=1;exitY=0.217;exitDx=0;exitDy=0;exitPerimeter=0;entryX=0;entryY=0.5;entryDx=0;entryDy=0;jumpStyle=arc;" edge="1" parent="1" source="30" target="3">
+                 <mxCell id="137" value="" style="endArrow=classic;html=1;exitX=1;exitY=0.217;exitDx=0;exitDy=0;exitPerimeter=0;entryX=0;entryY=0.5;entryDx=0;entryDy=0;jumpStyle=arc;" parent="1" source="30" target="3" edge="1">
                    <mxGeometry width="50" height="50" relative="1" as="geometry">
                        <mxPoint x="-790" y="830" as="sourcePoint"/>
                        <mxPoint x="-740" y="780" as="targetPoint"/>
                    </mxGeometry>
                </mxCell>
-                 <mxCell id="139" value="&lt;font style=&quot;font-size: 17px;&quot;&gt;enable_valid&lt;/font&gt;" style="edgeLabel;html=1;align=center;verticalAlign=middle;resizable=0;points=[];" vertex="1" connectable="0" parent="137">
+                 <mxCell id="139" value="&lt;font style=&quot;font-size: 17px;&quot;&gt;enable_valid&lt;/font&gt;" style="edgeLabel;html=1;align=center;verticalAlign=middle;resizable=0;points=[];" parent="137" vertex="1" connectable="0">
                    <mxGeometry x="0.8779" y="-2" relative="1" as="geometry">
                        <mxPoint x="35" y="-12" as="offset"/>
                    </mxGeometry>
                </mxCell>
-                 <mxCell id="140" value="&lt;font style=&quot;font-size: 13px;&quot;&gt;enable_LANES[15:0]&lt;/font&gt;" style="edgeLabel;html=1;align=center;verticalAlign=middle;resizable=0;points=[];" vertex="1" connectable="0" parent="137">
+                 <mxCell id="140" value="&lt;font style=&quot;font-size: 13px;&quot;&gt;enable_LANES[15:0]&lt;/font&gt;" style="edgeLabel;html=1;align=center;verticalAlign=middle;resizable=0;points=[];" parent="137" vertex="1" connectable="0">
                    <mxGeometry x="0.8779" y="-2" relative="1" as="geometry">
                        <mxPoint x="-10" y="18" as="offset"/>
                    </mxGeometry>
                </mxCell>
-                 <mxCell id="143" value="&lt;font style=&quot;font-size: 16px;&quot;&gt;enable_clk&lt;/font&gt;" style="edgeLabel;html=1;align=center;verticalAlign=middle;resizable=0;points=[];" vertex="1" connectable="0" parent="137">
+                 <mxCell id="143" value="&lt;font style=&quot;font-size: 16px;&quot;&gt;enable_clk&lt;/font&gt;" style="edgeLabel;html=1;align=center;verticalAlign=middle;resizable=0;points=[];" parent="137" vertex="1" connectable="0">
                    <mxGeometry x="0.8779" y="-2" relative="1" as="geometry">
                        <mxPoint y="58" as="offset"/>
                    </mxGeometry>
                </mxCell>
-                 <mxCell id="119" value="" style="endArrow=classic;html=1;exitX=1;exitY=1;exitDx=0;exitDy=0;entryX=1;entryY=0.095;entryDx=0;entryDy=0;entryPerimeter=0;rounded=0;curved=0;jumpStyle=arc;" edge="1" parent="1">
+                 <mxCell id="119" value="" style="endArrow=classic;html=1;exitX=1;exitY=1;exitDx=0;exitDy=0;entryX=1;entryY=0.095;entryDx=0;entryDy=0;entryPerimeter=0;rounded=0;curved=0;jumpStyle=arc;" parent="1" edge="1">
                    <mxGeometry width="50" height="50" relative="1" as="geometry">
                        <mxPoint x="1210" y="839.9999999999995" as="sourcePoint"/>
                        <mxPoint x="-1140" y="484.5499999999997" as="targetPoint"/>
                        <Array as="points">
                            <mxPoint x="1020" y="840"/>
                            <mxPoint x="1020" y="485"/>
                        </Array>
                    </mxGeometry>
                </mxCell>
-                 <mxCell id="121" value="&lt;font style=&quot;font-size: 24px;&quot;&gt;empty[15:0]&lt;/font&gt;" style="edgeLabel;html=1;align=center;verticalAlign=middle;resizable=0;points=[];" vertex="1" connectable="0" parent="119">
+                 <mxCell id="121" value="&lt;font style=&quot;font-size: 24px;&quot;&gt;empty[15:0]&lt;/font&gt;" style="edgeLabel;html=1;align=center;verticalAlign=middle;resizable=0;points=[];" parent="119" vertex="1" connectable="0">
                    <mxGeometry x="0.6577" y="-1" relative="1" as="geometry">
                        <mxPoint x="-1" as="offset"/>
                    </mxGeometry>
                </mxCell>
-                 <mxCell id="125" value="" style="endArrow=classic;html=1;entryX=0;entryY=0.5;entryDx=0;entryDy=0;exitX=1.004;exitY=0.027;exitDx=0;exitDy=0;exitPerimeter=0;rounded=0;curved=0;" edge="1" parent="1" source="30" target="32">
+                 <mxCell id="125" value="" style="endArrow=classic;html=1;entryX=0;entryY=0.5;entryDx=0;entryDy=0;exitX=1.004;exitY=0.027;exitDx=0;exitDy=0;exitPerimeter=0;rounded=0;curved=0;" parent="1" source="30" target="32" edge="1">
                    <mxGeometry width="50" height="50" relative="1" as="geometry">
                        <mxPoint x="-700" y="610" as="sourcePoint"/>
                        <mxPoint x="-650" y="560" as="targetPoint"/>
                        <Array as="points">
                            <mxPoint x="-10" y="420"/>
                            <mxPoint x="-10" y="160"/>
                        </Array>
                    </mxGeometry>
                </mxCell>
-                 <mxCell id="129" value="&lt;font style=&quot;font-size: 24px;&quot;&gt;pattern_type [1:0]&lt;/font&gt;" style="edgeLabel;html=1;align=center;verticalAlign=middle;resizable=0;points=[];" vertex="1" connectable="0" parent="125">
+                 <mxCell id="129" value="&lt;font style=&quot;font-size: 24px;&quot;&gt;pattern_type [1:0]&lt;/font&gt;" style="edgeLabel;html=1;align=center;verticalAlign=middle;resizable=0;points=[];" parent="125" vertex="1" connectable="0">
                    <mxGeometry x="0.6863" y="-3" relative="1" as="geometry">
                        <mxPoint as="offset"/>
                    </mxGeometry>
                </mxCell>
-                 <mxCell id="122" value="" style="endArrow=classic;html=1;entryX=0;entryY=0.143;entryDx=0;entryDy=0;entryPerimeter=0;exitX=1;exitY=0.055;exitDx=0;exitDy=0;exitPerimeter=0;rounded=0;curved=0;jumpStyle=arc;" edge="1" parent="1" source="30" target="31">
+                 <mxCell id="122" value="" style="endArrow=classic;html=1;entryX=0;entryY=0.143;entryDx=0;entryDy=0;entryPerimeter=0;exitX=1;exitY=0.055;exitDx=0;exitDy=0;exitPerimeter=0;rounded=0;curved=0;jumpStyle=arc;" parent="1" source="30" target="31" edge="1">
                    <mxGeometry width="50" height="50" relative="1" as="geometry">
                        <mxPoint x="410" y="600" as="sourcePoint"/>
                        <mxPoint x="460" y="550" as="targetPoint"/>
                        <Array as="points">
                            <mxPoint x="1090" y="438"/>
                            <mxPoint x="1090" y="790"/>
                        </Array>
                    </mxGeometry>
                </mxCell>
-                 <mxCell id="124" value="&lt;font style=&quot;font-size: 24px;&quot;&gt;rd_en [15:0]&lt;/font&gt;" style="edgeLabel;html=1;align=center;verticalAlign=middle;resizable=0;points=[];" vertex="1" connectable="0" parent="122">
+                 <mxCell id="124" value="&lt;font style=&quot;font-size: 24px;&quot;&gt;rd_en [15:0]&lt;/font&gt;" style="edgeLabel;html=1;align=center;verticalAlign=middle;resizable=0;points=[];" parent="122" vertex="1" connectable="0">
                    <mxGeometry x="-0.4597" y="-2" relative="1" as="geometry">
                        <mxPoint as="offset"/>
                    </mxGeometry>
                </mxCell>
-                 <mxCell id="130" value="" style="endArrow=classic;html=1;entryX=1.002;entryY=0.295;entryDx=0;entryDy=0;entryPerimeter=0;exitX=1;exitY=0;exitDx=0;exitDy=0;rounded=0;curved=0;jumpStyle=arc;" edge="1" parent="1" target="30">
+                 <mxCell id="130" value="" style="endArrow=classic;html=1;entryX=1.002;entryY=0.295;entryDx=0;entryDy=0;entryPerimeter=0;exitX=1;exitY=0;exitDx=0;exitDy=0;rounded=0;curved=0;jumpStyle=arc;" parent="1" target="30" edge="1">
                    <mxGeometry width="50" height="50" relative="1" as="geometry">
                        <mxPoint x="1020" y="270" as="sourcePoint"/>
                        <mxPoint x="920" y="720" as="targetPoint"/>
                        <Array as="points">
                            <mxPoint x="660" y="270"/>
                            <mxPoint x="660" y="604"/>
                        </Array>
                    </mxGeometry>
                </mxCell>
-                 <mxCell id="135" value="&lt;font style=&quot;font-size: 24px;&quot;&gt;clk_result_synced [2:0]&lt;/font&gt;" style="edgeLabel;html=1;align=center;verticalAlign=middle;resizable=0;points=[];" vertex="1" connectable="0" parent="130">
+                 <mxCell id="135" value="&lt;font style=&quot;font-size: 24px;&quot;&gt;clk_result_synced [2:0]&lt;/font&gt;" style="edgeLabel;html=1;align=center;verticalAlign=middle;resizable=0;points=[];" parent="130" vertex="1" connectable="0">
                    <mxGeometry x="-0.8246" y="-5" relative="1" as="geometry">
                        <mxPoint as="offset"/>
                    </mxGeometry>
                </mxCell>
-                 <mxCell id="132" value="" style="endArrow=classic;html=1;exitX=1;exitY=0;exitDx=0;exitDy=0;entryX=1.012;entryY=0.349;entryDx=0;entryDy=0;entryPerimeter=0;jumpStyle=arc;rounded=0;curved=0;" edge="1" parent="1" target="30">
+                 <mxCell id="132" value="" style="endArrow=classic;html=1;exitX=1;exitY=0;exitDx=0;exitDy=0;entryX=1.012;entryY=0.349;entryDx=0;entryDy=0;entryPerimeter=0;jumpStyle=arc;rounded=0;curved=0;" parent="1" target="30" edge="1">
                    <mxGeometry width="50" height="50" relative="1" as="geometry">
                        <mxPoint x="1020" y="330" as="sourcePoint"/>
                        <mxPoint x="840" y="510" as="targetPoint"/>
                        <Array as="points">
                            <mxPoint x="840" y="330"/>
                            <mxPoint x="840" y="640"/>
                        </Array>
                    </mxGeometry>
                </mxCell>
-                 <mxCell id="136" value="&lt;font style=&quot;font-size: 24px;&quot;&gt;valid_result_synced&lt;/font&gt;" style="edgeLabel;html=1;align=center;verticalAlign=middle;resizable=0;points=[];" vertex="1" connectable="0" parent="132">
+                 <mxCell id="136" value="&lt;font style=&quot;font-size: 24px;&quot;&gt;valid_result_synced&lt;/font&gt;" style="edgeLabel;html=1;align=center;verticalAlign=middle;resizable=0;points=[];" parent="132" vertex="1" connectable="0">
                    <mxGeometry x="-0.96" y="6" relative="1" as="geometry">
                        <mxPoint x="-131" y="54" as="offset"/>
                    </mxGeometry>
                </mxCell>
-                 <mxCell id="110" value="" style="endArrow=classic;html=1;entryX=0.75;entryY=1;entryDx=0;entryDy=0;rounded=0;curved=0;jumpStyle=arc;" edge="1" parent="1" target="12">
+                 <mxCell id="110" value="" style="endArrow=classic;html=1;entryX=0.75;entryY=1;entryDx=0;entryDy=0;rounded=0;curved=0;jumpStyle=arc;" parent="1" target="12" edge="1">
                    <mxGeometry width="50" height="50" relative="1" as="geometry">
                        <mxPoint x="-290" y="530" as="sourcePoint"/>
                        <mxPoint x="2059.9999999999995" y="337" as="targetPoint"/>
                        <Array as="points">
                            <mxPoint x="2060" y="530"/>
                        </Array>
                    </mxGeometry>
                </mxCell>
                <mxCell id="54" value="" style="endArrow=classic;html=1;entryX=0.5;entryY=0;entryDx=0;entryDy=0;rounded=0;strokeColor=default;strokeWidth=3;align=center;verticalAlign=middle;fontFamily=Helvetica;fontSize=11;fontColor=default;labelBackgroundColor=default;curved=0;jumpStyle=arc;" parent="1" target="31" edge="1">
                    <mxGeometry width="50" height="50" relative="1" as="geometry">
                        <mxPoint x="1470" y="500" as="sourcePoint"/>
                        <mxPoint x="1590" y="430" as="targetPoint"/>
                        <Array as="points">
                            <mxPoint x="1390" y="500"/>
                        </Array>
                    </mxGeometry>
                </mxCell>
                <mxCell id="53" value="" style="endArrow=classic;html=1;entryX=0.5;entryY=0;entryDx=0;entryDy=0;rounded=0;strokeColor=default;strokeWidth=3;align=center;verticalAlign=middle;fontFamily=Helvetica;fontSize=11;fontColor=default;labelBackgroundColor=default;curved=0;jumpStyle=arc;" parent="1" target="23" edge="1">
                    <mxGeometry width="50" height="50" relative="1" as="geometry">
                        <mxPoint x="1470" y="110" as="sourcePoint"/>
                        <mxPoint x="1560" y="480" as="targetPoint"/>
                        <Array as="points">
                            <mxPoint x="1470" y="500"/>
                            <mxPoint x="1970" y="500"/>
                        </Array>
                    </mxGeometry>
                </mxCell>
-                 <mxCell id="103" value="" style="endArrow=classic;html=1;exitX=0.999;exitY=0.26;exitDx=0;exitDy=0;entryX=0.5;entryY=0;entryDx=0;entryDy=0;rounded=0;curved=0;exitPerimeter=0;jumpStyle=arc;" edge="1" parent="1" source="30" target="27">
+                 <mxCell id="103" value="" style="endArrow=classic;html=1;exitX=0.999;exitY=0.26;exitDx=0;exitDy=0;entryX=0.5;entryY=0;entryDx=0;entryDy=0;rounded=0;curved=0;exitPerimeter=0;jumpStyle=arc;" parent="1" source="30" target="27" edge="1">
                    <mxGeometry width="50" height="50" relative="1" as="geometry">
                        <mxPoint x="-490" y="470" as="sourcePoint"/>
                        <mxPoint x="-440" y="420" as="targetPoint"/>
                        <Array as="points">
                            <mxPoint x="35" y="580"/>
                        </Array>
                    </mxGeometry>
                </mxCell>
-                 <mxCell id="104" value="&lt;font&gt;error_threshold [15:0]&lt;/font&gt;" style="edgeLabel;html=1;align=center;verticalAlign=middle;resizable=0;points=[];" vertex="1" connectable="0" parent="103">
+                 <mxCell id="104" value="&lt;font&gt;error_threshold [15:0]&lt;/font&gt;" style="edgeLabel;html=1;align=center;verticalAlign=middle;resizable=0;points=[];" parent="103" vertex="1" connectable="0">
                    <mxGeometry x="-0.0315" y="-1" relative="1" as="geometry">
                        <mxPoint x="-27" y="-2" as="offset"/>
                    </mxGeometry>
                </mxCell>
-                 <mxCell id="114" value="" style="endArrow=classic;html=1;entryX=0.75;entryY=0;entryDx=0;entryDy=0;jumpStyle=arc;" edge="1" parent="1" target="27">
+                 <mxCell id="114" value="" style="endArrow=classic;html=1;entryX=0.75;entryY=0;entryDx=0;entryDy=0;jumpStyle=arc;" parent="1" target="27" edge="1">
                    <mxGeometry width="50" height="50" relative="1" as="geometry">
                        <mxPoint x="117" y="530" as="sourcePoint"/>
                        <mxPoint x="-40" y="630" as="targetPoint"/>
                    </mxGeometry>
                </mxCell>
-                 <mxCell id="107" value="" style="endArrow=classic;html=1;exitX=0;exitY=1;exitDx=0;exitDy=0;entryX=0;entryY=0.25;entryDx=0;entryDy=0;rounded=0;curved=0;jumpStyle=arc;" edge="1" parent="1" target="28">
+                 <mxCell id="107" value="" style="endArrow=classic;html=1;exitX=0;exitY=1;exitDx=0;exitDy=0;entryX=0;entryY=0.25;entryDx=0;entryDy=0;rounded=0;curved=0;jumpStyle=arc;" parent="1" target="28" edge="1">
                    <mxGeometry width="50" height="50" relative="1" as="geometry">
                        <mxPoint x="-1139.9999999999995" y="530" as="sourcePoint"/>
                        <mxPoint x="40" y="680" as="targetPoint"/>
                        <Array as="points">
                            <mxPoint x="-290" y="530"/>
                            <mxPoint x="-290" y="970"/>
                        </Array>
                    </mxGeometry>
                </mxCell>
-                 <mxCell id="109" value="&lt;font style=&quot;font-size: 24px;&quot;&gt;reset&lt;/font&gt;" style="edgeLabel;html=1;align=center;verticalAlign=middle;resizable=0;points=[];" vertex="1" connectable="0" parent="107">
+                 <mxCell id="109" value="&lt;font style=&quot;font-size: 24px;&quot;&gt;reset&lt;/font&gt;" style="edgeLabel;html=1;align=center;verticalAlign=middle;resizable=0;points=[];" parent="107" vertex="1" connectable="0">
                    <mxGeometry x="-0.5475" relative="1" as="geometry">
                        <mxPoint as="offset"/>
                    </mxGeometry>
                </mxCell>
-                 <mxCell id="142" value="" style="endArrow=classic;html=1;exitX=1;exitY=0.217;exitDx=0;exitDy=0;exitPerimeter=0;entryX=0;entryY=0.5;entryDx=0;entryDy=0;jumpStyle=arc;" edge="1" parent="1">
+                 <mxCell id="142" value="" style="endArrow=classic;html=1;exitX=1;exitY=0.217;exitDx=0;exitDy=0;exitPerimeter=0;entryX=0;entryY=0.5;entryDx=0;entryDy=0;jumpStyle=arc;" parent="1" edge="1">
                    <mxGeometry width="50" height="50" relative="1" as="geometry">
                        <mxPoint x="-1140" y="590" as="sourcePoint"/>
                        <mxPoint x="2300" y="590" as="targetPoint"/>
                    </mxGeometry>
                </mxCell>
-                 <mxCell id="144" value="" style="endArrow=classic;html=1;exitX=1.002;exitY=0.094;exitDx=0;exitDy=0;exitPerimeter=0;entryX=1;entryY=0;entryDx=0;entryDy=0;rounded=0;curved=0;jumpStyle=arc;" edge="1" parent="1" source="30">
+                 <mxCell id="144" value="" style="endArrow=classic;html=1;exitX=1.002;exitY=0.094;exitDx=0;exitDy=0;exitPerimeter=0;entryX=1;entryY=0;entryDx=0;entryDy=0;rounded=0;curved=0;jumpStyle=arc;" parent="1" source="30" edge="1">
                    <mxGeometry width="50" height="50" relative="1" as="geometry">
                        <mxPoint x="-590" y="670" as="sourcePoint"/>
                        <mxPoint x="1790.0000000000005" y="220" as="targetPoint"/>
                        <Array as="points">
                            <mxPoint x="380" y="464"/>
                            <mxPoint x="380" y="220"/>
                        </Array>
                    </mxGeometry>
                </mxCell>
-                 <mxCell id="149" value="&lt;font style=&quot;font-size: 18px;&quot;&gt;detection_type&lt;/font&gt;" style="edgeLabel;html=1;align=center;verticalAlign=middle;resizable=0;points=[];" vertex="1" connectable="0" parent="144">
+                 <mxCell id="149" value="&lt;font style=&quot;font-size: 18px;&quot;&gt;detection_type&lt;/font&gt;" style="edgeLabel;html=1;align=center;verticalAlign=middle;resizable=0;points=[];" parent="144" vertex="1" connectable="0">
                    <mxGeometry x="0.538" y="-1" relative="1" as="geometry">
                        <mxPoint x="243" y="-1" as="offset"/>
                    </mxGeometry>
                </mxCell>
-                 <mxCell id="150" value="" style="endArrow=classic;html=1;entryX=-0.009;entryY=0.811;entryDx=0;entryDy=0;entryPerimeter=0;rounded=0;strokeColor=default;strokeWidth=3;align=center;verticalAlign=middle;fontFamily=Helvetica;fontSize=11;fontColor=default;labelBackgroundColor=default;curved=0;" edge="1" parent="1" target="30">
+                 <mxCell id="150" value="" style="endArrow=classic;html=1;entryX=-0.009;entryY=0.811;entryDx=0;entryDy=0;entryPerimeter=0;rounded=0;strokeColor=default;strokeWidth=3;align=center;verticalAlign=middle;fontFamily=Helvetica;fontSize=11;fontColor=default;labelBackgroundColor=default;curved=0;" parent="1" target="30" edge="1">
                    <mxGeometry width="50" height="50" relative="1" as="geometry">
                        <mxPoint x="-1670" y="960" as="sourcePoint"/>
                        <mxPoint x="-1620" y="930" as="targetPoint"/>
                    </mxGeometry>
                </mxCell>
-                 <mxCell id="159" value="&lt;font style=&quot;font-size: 24px;&quot;&gt;i_clk_l&lt;/font&gt;" style="edgeLabel;html=1;align=center;verticalAlign=middle;resizable=0;points=[];" vertex="1" connectable="0" parent="150">
+                 <mxCell id="159" value="&lt;font style=&quot;font-size: 24px;&quot;&gt;i_clk_l&lt;/font&gt;" style="edgeLabel;html=1;align=center;verticalAlign=middle;resizable=0;points=[];" parent="150" vertex="1" connectable="0">
                    <mxGeometry x="-0.4842" y="3" relative="1" as="geometry">
                        <mxPoint as="offset"/>
                    </mxGeometry>
                </mxCell>
-                 <mxCell id="151" value="" style="endArrow=classic;html=1;entryX=0.013;entryY=0.877;entryDx=0;entryDy=0;entryPerimeter=0;rounded=0;curved=0;strokeColor=default;strokeWidth=3;align=center;verticalAlign=middle;fontFamily=Helvetica;fontSize=11;fontColor=default;labelBackgroundColor=default;jumpStyle=arc;" edge="1" parent="1" target="27">
+                 <mxCell id="151" value="" style="endArrow=classic;html=1;entryX=0.013;entryY=0.877;entryDx=0;entryDy=0;entryPerimeter=0;rounded=0;curved=0;strokeColor=default;strokeWidth=3;align=center;verticalAlign=middle;fontFamily=Helvetica;fontSize=11;fontColor=default;labelBackgroundColor=default;jumpStyle=arc;" parent="1" target="27" edge="1">
                    <mxGeometry width="50" height="50" relative="1" as="geometry">
                        <mxPoint x="-1560" y="960" as="sourcePoint"/>
                        <mxPoint x="-1090" y="1170" as="targetPoint"/>
                        <Array as="points">
                            <mxPoint x="-1560" y="1240"/>
                            <mxPoint x="-240" y="1240"/>
                            <mxPoint x="-240" y="860"/>
                        </Array>
                    </mxGeometry>
                </mxCell>
-                 <mxCell id="153" value="" style="endArrow=classic;html=1;rounded=0;strokeColor=default;strokeWidth=3;align=center;verticalAlign=middle;fontFamily=Helvetica;fontSize=11;fontColor=default;labelBackgroundColor=default;curved=0;" edge="1" parent="1">
+                 <mxCell id="153" value="" style="endArrow=classic;html=1;rounded=0;strokeColor=default;strokeWidth=3;align=center;verticalAlign=middle;fontFamily=Helvetica;fontSize=11;fontColor=default;labelBackgroundColor=default;curved=0;" parent="1" edge="1">
                    <mxGeometry width="50" height="50" relative="1" as="geometry">
                        <mxPoint x="-240" y="1070" as="sourcePoint"/>
                        <mxPoint x="-130" y="1070" as="targetPoint"/>
                    </mxGeometry>
                </mxCell>
-                 <mxCell id="155" value="" style="endArrow=classic;html=1;entryX=0;entryY=0.75;entryDx=0;entryDy=0;rounded=0;strokeColor=default;strokeWidth=3;align=center;verticalAlign=middle;fontFamily=Helvetica;fontSize=11;fontColor=default;labelBackgroundColor=default;curved=0;" edge="1" parent="1" target="31">
+                 <mxCell id="155" value="" style="endArrow=classic;html=1;entryX=0;entryY=0.75;entryDx=0;entryDy=0;rounded=0;strokeColor=default;strokeWidth=3;align=center;verticalAlign=middle;fontFamily=Helvetica;fontSize=11;fontColor=default;labelBackgroundColor=default;curved=0;" parent="1" target="31" edge="1">
                    <mxGeometry width="50" height="50" relative="1" as="geometry">
                        <mxPoint x="-240" y="1240" as="sourcePoint"/>
                        <mxPoint x="350" y="1170" as="targetPoint"/>
                        <Array as="points">
                            <mxPoint x="1000" y="1240"/>
                            <mxPoint x="1000" y="1003"/>
                        </Array>
                    </mxGeometry>
                </mxCell>
-                 <mxCell id="156" value="" style="endArrow=classic;html=1;entryX=-0.009;entryY=0.558;entryDx=0;entryDy=0;entryPerimeter=0;rounded=0;strokeColor=default;strokeWidth=3;align=center;verticalAlign=middle;fontFamily=Helvetica;fontSize=11;fontColor=default;labelBackgroundColor=default;curved=0;" edge="1" parent="1" target="29">
+                 <mxCell id="156" value="" style="endArrow=classic;html=1;entryX=-0.009;entryY=0.558;entryDx=0;entryDy=0;entryPerimeter=0;rounded=0;strokeColor=default;strokeWidth=3;align=center;verticalAlign=middle;fontFamily=Helvetica;fontSize=11;fontColor=default;labelBackgroundColor=default;curved=0;" parent="1" target="29" edge="1">
                    <mxGeometry width="50" height="50" relative="1" as="geometry">
                        <mxPoint x="-1560" y="960" as="sourcePoint"/>
                        <mxPoint x="-1570" y="140" as="targetPoint"/>
                        <Array as="points">
                            <mxPoint x="-1560" y="162"/>
                        </Array>
                    </mxGeometry>
                </mxCell>
-                 <mxCell id="157" value="" style="endArrow=classic;html=1;entryX=-0.013;entryY=0.155;entryDx=0;entryDy=0;entryPerimeter=0;rounded=0;strokeColor=default;strokeWidth=3;align=center;verticalAlign=middle;fontFamily=Helvetica;fontSize=11;fontColor=default;labelBackgroundColor=default;curved=0;jumpStyle=arc;" edge="1" parent="1" target="34">
+                 <mxCell id="157" value="" style="endArrow=classic;html=1;entryX=-0.013;entryY=0.155;entryDx=0;entryDy=0;entryPerimeter=0;rounded=0;strokeColor=default;strokeWidth=3;align=center;verticalAlign=middle;fontFamily=Helvetica;fontSize=11;fontColor=default;labelBackgroundColor=default;curved=0;jumpStyle=arc;" parent="1" target="34" edge="1">
                    <mxGeometry width="50" height="50" relative="1" as="geometry">
                        <mxPoint x="-1560" y="170" as="sourcePoint"/>
                        <mxPoint x="-550" y="-150" as="targetPoint"/>
                        <Array as="points">
                            <mxPoint x="-1560" y="-80"/>
                            <mxPoint x="880" y="-80"/>
                            <mxPoint x="880" y="250"/>
                        </Array>
                    </mxGeometry>
                </mxCell>
            </root>
        </mxGraphModel>
    </diagram>
</mxfile>